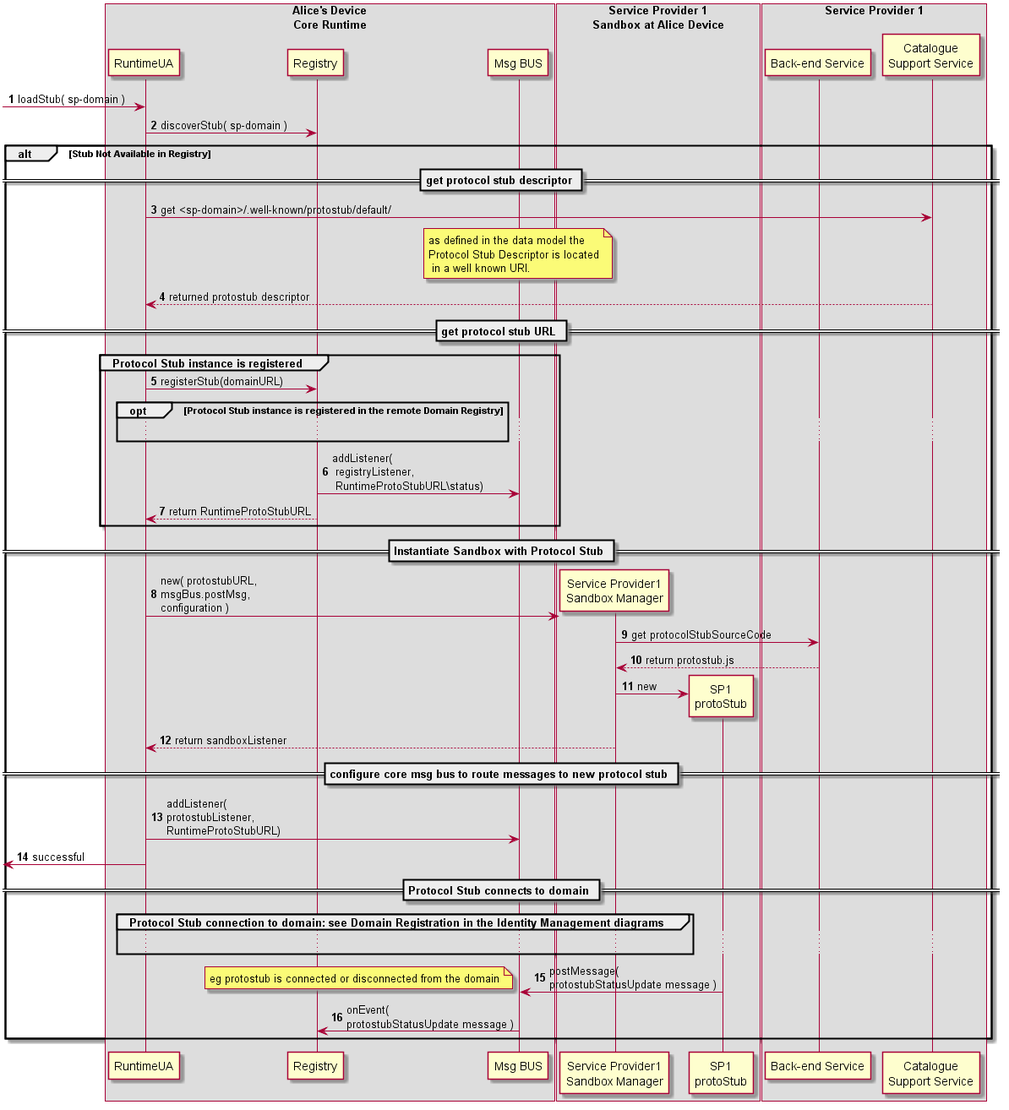
Earlier version of the PlantUML export docs/specs/runtime/dynamic-view/basics/deploy-protostub.png (reTHINK-project/core-framework). Its source is kept beside it as docs/specs/runtime/dynamic-view/basics/deploy-protostub.plantuml.
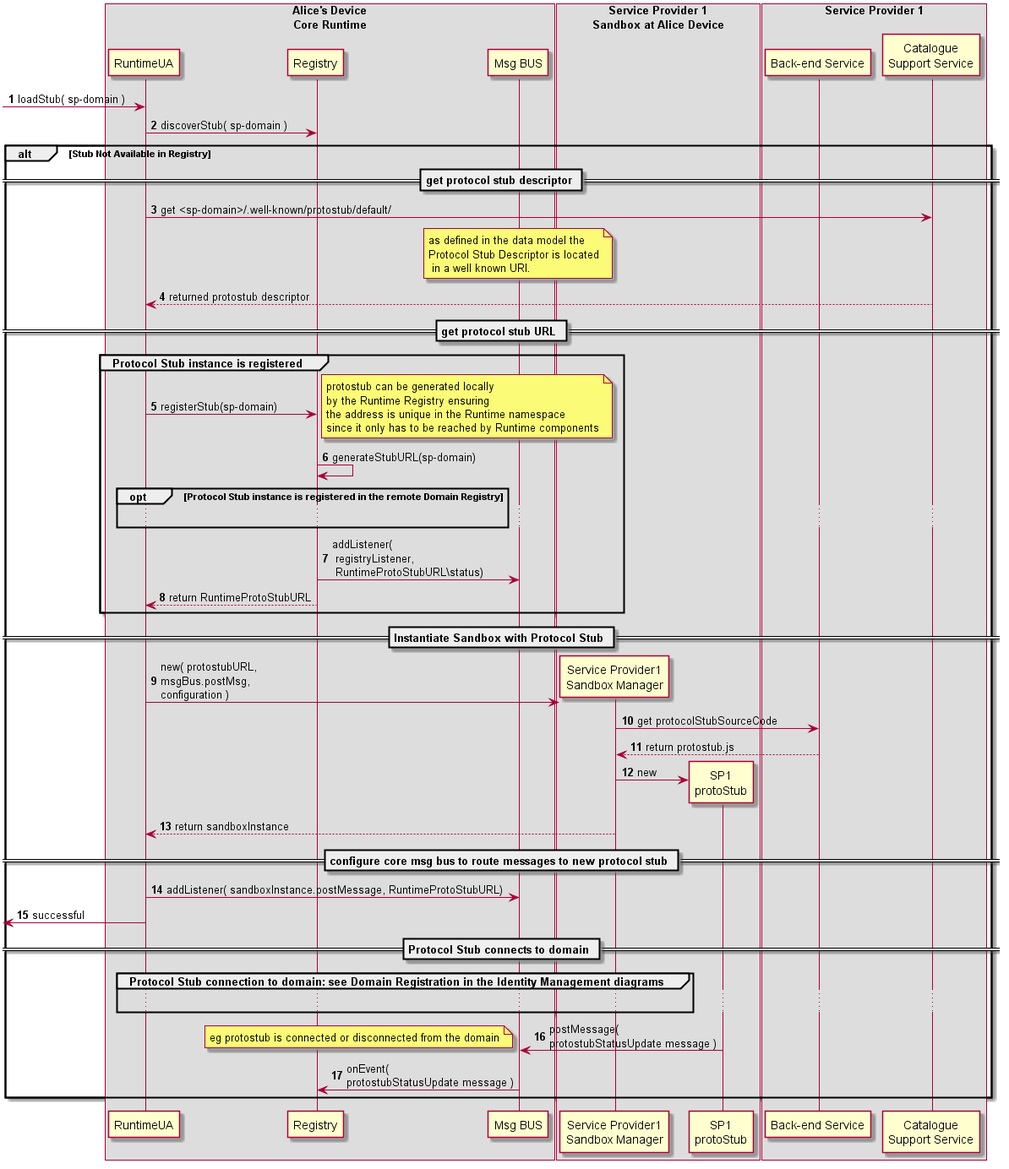
Above is the later version.

Commit message:
deploy protostub updated

The edit, as a diff of the source:
```diff
@@ -40,7 +40,16 @@
 	== get protocol stub URL ==
 
 	group Protocol Stub instance is registered
-		RunUA@A -> RunReg@A : registerStub(domainURL)
+		RunUA@A -> RunReg@A : registerStub(sp-domain)
+
+		note right
+			protostub can be generated locally
+			by the Runtime Registry ensuring
+			the address is unique in the Runtime namespace
+			since it only has to be reached by Runtime components
+		end note
+
+		RunReg@A -> RunReg@A : generateStubURL(sp-domain)
 
 		opt Protocol Stub instance is registered in the remote Domain Registry
 		...
@@ -63,12 +72,12 @@
 	create Proto1@A
 	Sand1@A -> Proto1@A : new
 
-	RunUA@A <-- Sand1@A : return sandboxListener
+	RunUA@A <-- Sand1@A : return sandboxInstance
 
 == configure core msg bus to route messages to new protocol stub ==
 
 
-	BUS@A <- RunUA@A : addListener( \nprotostubListener, \nRuntimeProtoStubURL)
+	BUS@A <- RunUA@A : addListener( sandboxInstance.postMessage, RuntimeProtoStubURL)
 
 	 <- RunUA@A : successful
 
```
